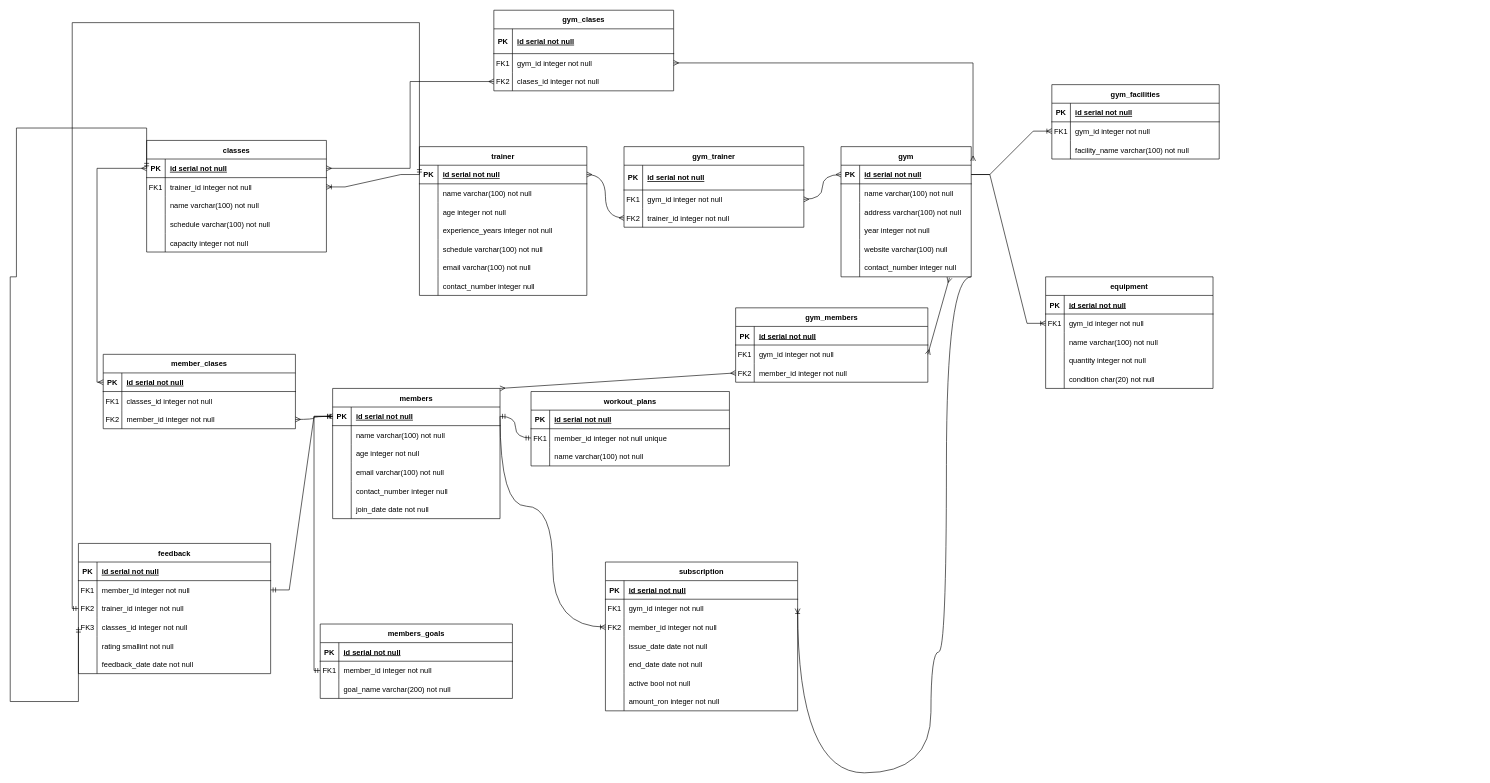
Before: Examen_Model_Conceptual.drawio in Fabbye3737/Examen_Sem1_DB, a draw.io diagram. Source tidied: cells renumbered, new cells numbered last; positions are measured from the earlier drawing's top-left corner, leaving out a move shared by most shapes. Both pictures are drawn from the tidied source at 62%, with x=0, y=0 at pixel (10, 10).
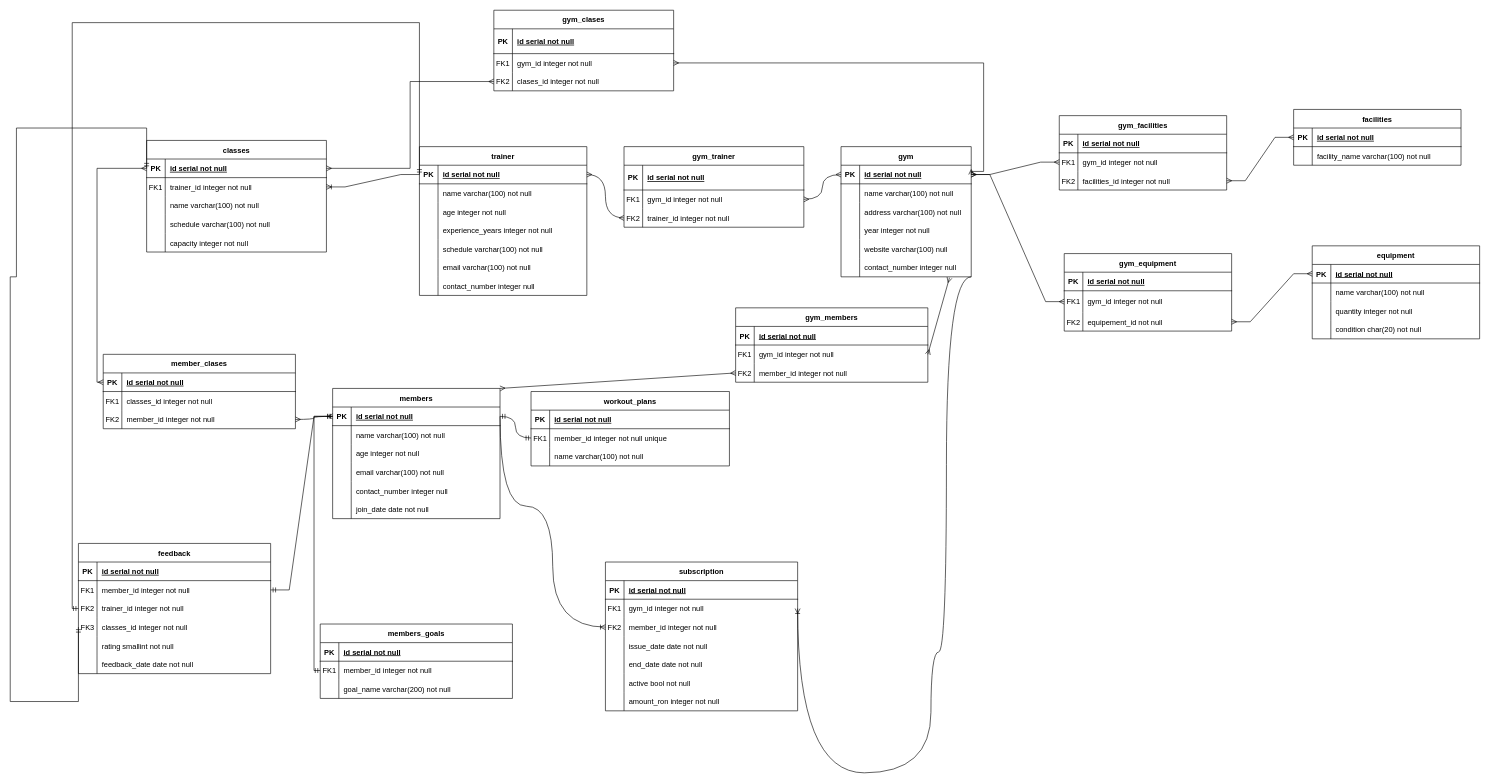
After the change.

The change refers to these unchanged cells:
```xml
<mxCell id="2" value="gym" style="shape=table;startSize=30;childLayout=tableLayout;rowLines=0;fontStyle=1;align=center;" parent="1" vertex="1">
  <mxGeometry x="1340" y="220" width="210" height="210" as="geometry" />
</mxCell>
<mxCell id="3" style="shape=tableRow;horizontal=0;startSize=0;swimlaneHead=0;swimlaneBody=0;fillColor=none;points=[[0,0.5],[1,0.5]];portConstraint=eastwest;strokeColor=inherit;top=0;left=0;right=0;bottom=1;" parent="2" vertex="1">
  <mxGeometry y="30" width="210" height="30" as="geometry" />
</mxCell>
<mxCell id="99" style="shape=tableRow;horizontal=0;startSize=0;swimlaneHead=0;swimlaneBody=0;fillColor=none;points=[[0,0.5],[1,0.5]];portConstraint=eastwest;strokeColor=inherit;top=0;left=0;right=0;bottom=1;" parent="98" vertex="1">
  <mxGeometry y="30" width="270" height="30" as="geometry" />
</mxCell>
<mxCell id="176" style="shape=tableRow;horizontal=0;startSize=0;swimlaneHead=0;swimlaneBody=0;fillColor=none;points=[[0,0.5],[1,0.5]];portConstraint=eastwest;strokeColor=inherit;top=0;left=0;right=0;bottom=1;" parent="175" vertex="1">
  <mxGeometry y="30" width="270" height="30" as="geometry" />
</mxCell>
<mxCell id="205" style="shape=tableRow;horizontal=0;startSize=0;swimlaneHead=0;swimlaneBody=0;fillColor=none;points=[[0,0.5],[1,0.5]];portConstraint=eastwest;strokeColor=inherit;top=0;left=0;right=0;bottom=0;" parent="201" vertex="1">
  <mxGeometry y="70" width="290" height="30" as="geometry" />
</mxCell>
```

What changed in the source:
```diff
@@
     <mxCell id="98" value="equipment" style="shape=table;startSize=30;childLayout=tableLayout;rowLines=0;fontStyle=1;align=center;" parent="1" vertex="1">
-      <mxGeometry x="1670" y="430" width="270" height="180" as="geometry" />
+      <mxGeometry x="2100" y="380" width="270" height="150" as="geometry" />
     </mxCell>
@@
-    <mxCell id="102" style="shape=tableRow;horizontal=0;startSize=0;swimlaneHead=0;swimlaneBody=0;fillColor=none;points=[[0,0.5],[1,0.5]];portConstraint=eastwest;strokeColor=inherit;top=0;left=0;right=0;bottom=0;" parent="98" vertex="1">
-      <mxGeometry y="60" width="270" height="30" as="geometry" />
-    </mxCell>
-    <mxCell id="103" value="FK1" style="shape=partialRectangle;overflow=hidden;fillColor=none;strokeColor=inherit;top=0;left=0;bottom=0;right=0;" parent="102" vertex="1">
-      <mxGeometry width="30" height="30" as="geometry" />
-    </mxCell>
-    <mxCell id="104" value="gym_id integer not null" style="shape=partialRectangle;overflow=hidden;fillColor=none;align=left;strokeColor=inherit;top=0;left=0;bottom=0;right=0;spacingLeft=6;" parent="102" vertex="1">
-      <mxGeometry x="30" width="240" height="30" as="geometry" />
-    </mxCell>
     <mxCell id="105" style="shape=tableRow;horizontal=0;startSize=0;swimlaneHead=0;swimlaneBody=0;fillColor=none;strokeColor=inherit;top=0;left=0;right=0;bottom=0;" parent="98" vertex="1">
-      <mxGeometry y="90" width="270" height="30" as="geometry" />
+      <mxGeometry y="60" width="270" height="30" as="geometry" />
     </mxCell>
@@
     <mxCell id="108" style="shape=tableRow;horizontal=0;startSize=0;swimlaneHead=0;swimlaneBody=0;fillColor=none;strokeColor=inherit;top=0;left=0;right=0;bottom=0;" parent="98" vertex="1">
-      <mxGeometry y="120" width="270" height="30" as="geometry" />
+      <mxGeometry y="90" width="270" height="30" as="geometry" />
     </mxCell>
@@
     <mxCell id="111" style="shape=tableRow;horizontal=0;startSize=0;swimlaneHead=0;swimlaneBody=0;fillColor=none;strokeColor=inherit;top=0;left=0;right=0;bottom=0;" parent="98" vertex="1">
-      <mxGeometry y="150" width="270" height="30" as="geometry" />
+      <mxGeometry y="120" width="270" height="30" as="geometry" />
     </mxCell>
@@
-    <mxCell id="175" value="gym_facilities" style="shape=table;startSize=30;childLayout=tableLayout;rowLines=0;fontStyle=1;align=center;" parent="1" vertex="1">
-      <mxGeometry x="1680" y="120" width="270" height="120" as="geometry" />
+    <mxCell id="175" value="facilities" style="shape=table;startSize=30;childLayout=tableLayout;rowLines=0;fontStyle=1;align=center;" parent="1" vertex="1">
+      <mxGeometry x="2070" y="160" width="270" height="90" as="geometry" />
     </mxCell>
@@
-    <mxCell id="179" style="shape=tableRow;horizontal=0;startSize=0;swimlaneHead=0;swimlaneBody=0;fillColor=none;points=[[0,0.5],[1,0.5]];portConstraint=eastwest;strokeColor=inherit;top=0;left=0;right=0;bottom=0;" parent="175" vertex="1">
-      <mxGeometry y="60" width="270" height="30" as="geometry" />
-    </mxCell>
-    <mxCell id="180" value="FK1" style="shape=partialRectangle;overflow=hidden;fillColor=none;strokeColor=inherit;top=0;left=0;bottom=0;right=0;" parent="179" vertex="1">
-      <mxGeometry width="30" height="30" as="geometry" />
-    </mxCell>
-    <mxCell id="181" value="gym_id integer not null" style="shape=partialRectangle;overflow=hidden;fillColor=none;align=left;strokeColor=inherit;top=0;left=0;bottom=0;right=0;spacingLeft=6;" parent="179" vertex="1">
-      <mxGeometry x="30" width="240" height="30" as="geometry" />
-    </mxCell>
     <mxCell id="182" style="shape=tableRow;horizontal=0;startSize=0;swimlaneHead=0;swimlaneBody=0;fillColor=none;strokeColor=inherit;top=0;left=0;right=0;bottom=0;" parent="175" vertex="1">
-      <mxGeometry y="90" width="270" height="30" as="geometry" />
+      <mxGeometry y="60" width="270" height="30" as="geometry" />
     </mxCell>
@@
-    <mxCell id="212" style="edgeStyle=orthogonalEdgeStyle;fontSize=12;html=1;endArrow=ERmany;startArrow=ERmany;rounded=0;entryX=1;entryY=0.5;entryDx=0;entryDy=0;exitX=1.014;exitY=0.11;exitDx=0;exitDy=0;exitPerimeter=0;" parent="1" edge="1" source="2" target="205">
-      <mxGeometry relative="1" as="geometry" />
+    <mxCell id="212" style="edgeStyle=orthogonalEdgeStyle;fontSize=12;html=1;endArrow=ERmany;startArrow=ERmany;rounded=0;entryX=1;entryY=0.5;entryDx=0;entryDy=0;exitX=1;exitY=0.5;exitDx=0;exitDy=0;" parent="1" edge="1" source="3" target="205">
+      <mxGeometry relative="1" as="geometry">
+        <Array as="points">
+          <mxPoint x="1550" y="260" />
+          <mxPoint x="1570" y="260" />
+          <mxPoint x="1570" y="85" />
+        </Array>
+      </mxGeometry>
     </mxCell>
@@
-    <mxCell id="214" style="edgeStyle=entityRelationEdgeStyle;fontSize=12;html=1;endArrow=ERoneToMany;rounded=0;exitX=1;exitY=0.5;exitDx=0;exitDy=0;entryX=0;entryY=0.5;entryDx=0;entryDy=0;" parent="1" edge="1" source="3" target="102">
-      <mxGeometry relative="1" as="geometry" />
-    </mxCell>
@@
-    <mxCell id="216" style="edgeStyle=entityRelationEdgeStyle;fontSize=12;html=1;endArrow=ERoneToMany;rounded=0;entryX=0;entryY=0.5;entryDx=0;entryDy=0;exitX=1;exitY=0.5;exitDx=0;exitDy=0;" parent="1" edge="1" source="3" target="179">
-      <mxGeometry relative="1" as="geometry">
-        <Array as="points">
-          <mxPoint x="1549" y="260" />
-        </Array>
-      </mxGeometry>
-    </mxCell>
@@
+    <mxCell id="223" value="gym_facilities" style="shape=table;startSize=30;childLayout=tableLayout;rowLines=0;fontStyle=1;align=center;" parent="1" vertex="1">
+      <mxGeometry x="1692" y="170" width="270" height="120" as="geometry" />
+    </mxCell>
+    <mxCell id="224" style="shape=tableRow;horizontal=0;startSize=0;swimlaneHead=0;swimlaneBody=0;fillColor=none;strokeColor=inherit;top=0;left=0;right=0;bottom=1;" parent="223" vertex="1">
+      <mxGeometry y="30" width="270" height="30" as="geometry" />
+    </mxCell>
+    <mxCell id="225" value="PK" style="shape=partialRectangle;overflow=hidden;fillColor=none;strokeColor=inherit;top=0;left=0;bottom=0;right=0;fontStyle=1;" parent="224" vertex="1">
+      <mxGeometry width="30" height="30" as="geometry" />
+    </mxCell>
+    <mxCell id="226" value="id serial not null" style="shape=partialRectangle;overflow=hidden;fillColor=none;align=left;strokeColor=inherit;top=0;left=0;bottom=0;right=0;spacingLeft=6;fontStyle=5;" parent="224" vertex="1">
+      <mxGeometry x="30" width="240" height="30" as="geometry" />
+    </mxCell>
+    <mxCell id="227" style="shape=tableRow;horizontal=0;startSize=0;swimlaneHead=0;swimlaneBody=0;fillColor=none;points=[[0,0.5],[1,0.5]];portConstraint=eastwest;strokeColor=inherit;top=0;left=0;right=0;bottom=0;" parent="223" vertex="1">
+      <mxGeometry y="60" width="270" height="30" as="geometry" />
+    </mxCell>
+    <mxCell id="228" value="FK1" style="shape=partialRectangle;overflow=hidden;fillColor=none;strokeColor=inherit;top=0;left=0;bottom=0;right=0;" parent="227" vertex="1">
+      <mxGeometry width="30" height="30" as="geometry" />
+    </mxCell>
+    <mxCell id="229" value="gym_id integer not null" style="shape=partialRectangle;overflow=hidden;fillColor=none;align=left;strokeColor=inherit;top=0;left=0;bottom=0;right=0;spacingLeft=6;" parent="227" vertex="1">
+      <mxGeometry x="30" width="240" height="30" as="geometry" />
+    </mxCell>
+    <mxCell id="230" style="shape=tableRow;horizontal=0;startSize=0;swimlaneHead=0;swimlaneBody=0;fillColor=none;points=[[0,0.5],[1,0.5]];portConstraint=eastwest;strokeColor=inherit;top=0;left=0;right=0;bottom=0;" parent="223" vertex="1">
+      <mxGeometry y="90" width="270" height="30" as="geometry" />
+    </mxCell>
+    <mxCell id="231" value="FK2" style="shape=partialRectangle;overflow=hidden;fillColor=none;strokeColor=inherit;top=0;left=0;bottom=0;right=0;" parent="230" vertex="1">
+      <mxGeometry width="30" height="30" as="geometry" />
+    </mxCell>
+    <mxCell id="232" value="facilities_id integer not null" style="shape=partialRectangle;overflow=hidden;fillColor=none;align=left;strokeColor=inherit;top=0;left=0;bottom=0;right=0;spacingLeft=6;" parent="230" vertex="1">
+      <mxGeometry x="30" width="240" height="30" as="geometry" />
+    </mxCell>
+    <mxCell id="233" value="gym_equipment" style="shape=table;startSize=30;childLayout=tableLayout;rowLines=0;fontStyle=1;align=center;" parent="1" vertex="1">
+      <mxGeometry x="1700" y="392.5" width="270" height="125" as="geometry" />
+    </mxCell>
+    <mxCell id="234" style="shape=tableRow;horizontal=0;startSize=0;swimlaneHead=0;swimlaneBody=0;fillColor=none;strokeColor=inherit;top=0;left=0;right=0;bottom=1;" parent="233" vertex="1">
+      <mxGeometry y="30" width="270" height="30" as="geometry" />
+    </mxCell>
+    <mxCell id="235" value="PK" style="shape=partialRectangle;overflow=hidden;fillColor=none;strokeColor=inherit;top=0;left=0;bottom=0;right=0;fontStyle=1;" parent="234" vertex="1">
+      <mxGeometry width="30" height="30" as="geometry" />
+    </mxCell>
+    <mxCell id="236" value="id serial not null" style="shape=partialRectangle;overflow=hidden;fillColor=none;align=left;strokeColor=inherit;top=0;left=0;bottom=0;right=0;spacingLeft=6;fontStyle=5;" parent="234" vertex="1">
+      <mxGeometry x="30" width="240" height="30" as="geometry" />
+    </mxCell>
+    <mxCell id="237" style="shape=tableRow;horizontal=0;startSize=0;swimlaneHead=0;swimlaneBody=0;fillColor=none;points=[[0,0.5],[1,0.5]];portConstraint=eastwest;strokeColor=inherit;top=0;left=0;right=0;bottom=0;" parent="233" vertex="1">
+      <mxGeometry y="60" width="270" height="35" as="geometry" />
+    </mxCell>
+    <mxCell id="238" value="FK1" style="shape=partialRectangle;overflow=hidden;fillColor=none;strokeColor=inherit;top=0;left=0;bottom=0;right=0;" parent="237" vertex="1">
+      <mxGeometry width="30" height="35" as="geometry" />
+    </mxCell>
+    <mxCell id="239" value="gym_id integer not null" style="shape=partialRectangle;overflow=hidden;fillColor=none;align=left;strokeColor=inherit;top=0;left=0;bottom=0;right=0;spacingLeft=6;" parent="237" vertex="1">
+      <mxGeometry x="30" width="240" height="35" as="geometry" />
+    </mxCell>
+    <mxCell id="240" style="shape=tableRow;horizontal=0;startSize=0;swimlaneHead=0;swimlaneBody=0;fillColor=none;points=[[0,0.5],[1,0.5]];portConstraint=eastwest;strokeColor=inherit;top=0;left=0;right=0;bottom=0;" parent="233" vertex="1">
+      <mxGeometry y="95" width="270" height="30" as="geometry" />
+    </mxCell>
+    <mxCell id="241" value="FK2" style="shape=partialRectangle;overflow=hidden;fillColor=none;strokeColor=inherit;top=0;left=0;bottom=0;right=0;" parent="240" vertex="1">
+      <mxGeometry width="30" height="30" as="geometry" />
+    </mxCell>
+    <mxCell id="242" value="equipement_id not null" style="shape=partialRectangle;overflow=hidden;fillColor=none;align=left;strokeColor=inherit;top=0;left=0;bottom=0;right=0;spacingLeft=6;" parent="240" vertex="1">
+      <mxGeometry x="30" width="240" height="30" as="geometry" />
+    </mxCell>
+    <mxCell id="243" style="edgeStyle=entityRelationEdgeStyle;fontSize=12;html=1;endArrow=ERmany;startArrow=ERmany;rounded=0;entryX=0;entryY=0.5;entryDx=0;entryDy=0;exitX=1;exitY=0.5;exitDx=0;exitDy=0;" parent="1" edge="1" source="240" target="99">
+      <mxGeometry relative="1" as="geometry" />
+    </mxCell>
+    <mxCell id="244" style="edgeStyle=entityRelationEdgeStyle;fontSize=12;html=1;endArrow=ERmany;startArrow=ERmany;rounded=0;entryX=0;entryY=0.5;entryDx=0;entryDy=0;exitX=1;exitY=0.5;exitDx=0;exitDy=0;" parent="1" edge="1" source="230" target="176">
+      <mxGeometry relative="1" as="geometry" />
+    </mxCell>
+    <mxCell id="245" style="edgeStyle=entityRelationEdgeStyle;fontSize=12;html=1;endArrow=ERmany;startArrow=ERmany;rounded=0;entryX=1;entryY=0.5;entryDx=0;entryDy=0;exitX=0;exitY=0.5;exitDx=0;exitDy=0;" parent="1" edge="1" source="237" target="3">
+      <mxGeometry relative="1" as="geometry">
+        <Array as="points">
+          <mxPoint x="1700" y="470" />
+        </Array>
+      </mxGeometry>
+    </mxCell>
+    <mxCell id="246" style="edgeStyle=entityRelationEdgeStyle;fontSize=12;html=1;endArrow=ERmany;startArrow=ERmany;rounded=0;entryX=0;entryY=0.5;entryDx=0;entryDy=0;exitX=1;exitY=0.5;exitDx=0;exitDy=0;" parent="1" edge="1" source="3" target="227">
+      <mxGeometry relative="1" as="geometry" />
+    </mxCell>
```
